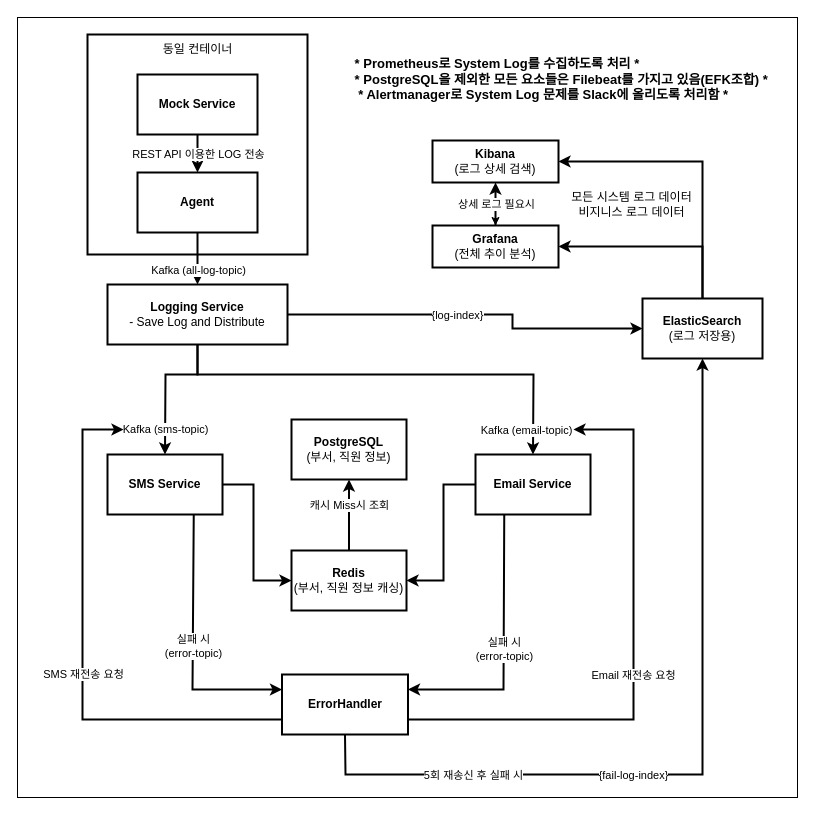
Earlier version of the draw.io diagram docs/architecture/MsaLogHandleProjects.drawio (rihee1214/logstream-alert-system). Source tidied: cells renumbered, new cells numbered last; positions are measured from the earlier drawing's top-left corner, leaving out a move shared by most shapes. Both pictures are drawn from the tidied source at 100%, with x=0, y=0 at pixel (17, 17).
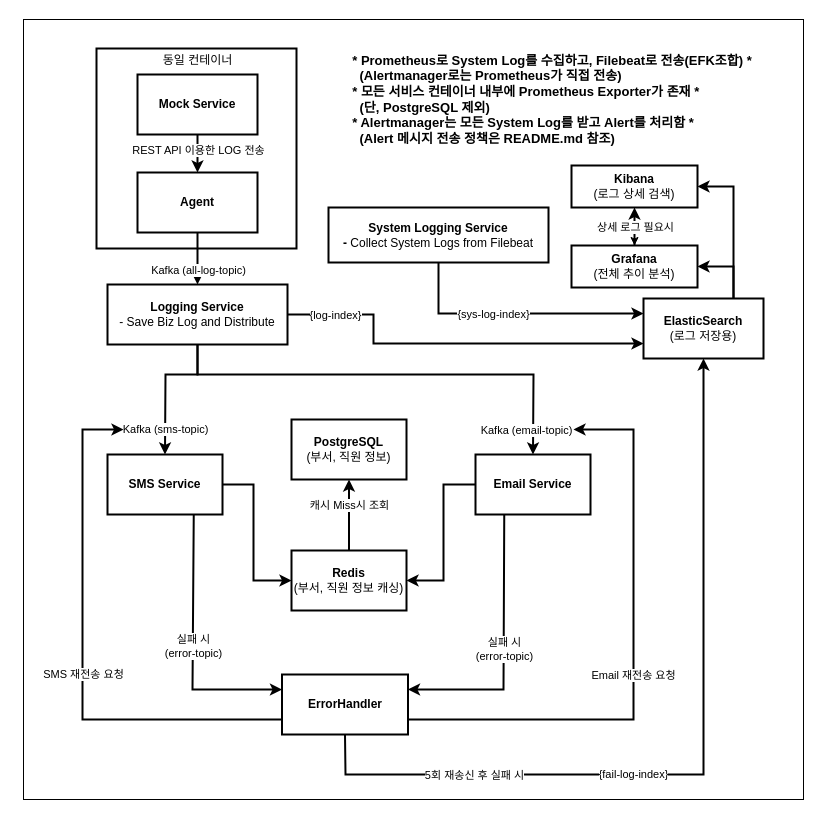
The same page after the edit.

Commit message (it also covers changes not shown here):
Update README and architecture diagram to reflect correct Alertmanager role

- Clarified Alertmanager's role as direct receiver from Prometheus (not via Filebeat)
- Removed incorrect connection between Alertmanager and System Logging Service
- Updated architecture image to reflect new logging and alert flow
- Revised README.md to align with updated system log collection and alerting strategy

The change refers to these unchanged cells:
```xml
<mxCell id="7" style="endArrow=classic;html=1;rounded=0;exitX=0.5;exitY=1;exitDx=0;exitDy=0;entryX=0.5;entryY=0;entryDx=0;entryDy=0;strokeColor=light-dark(#000000,#333333);strokeWidth=2;" parent="1" edge="1" source="4" target="6">
  <mxGeometry relative="1" as="geometry" />
</mxCell>
<mxCell id="28" value="&lt;font style=&quot;color: light-dark(rgb(0, 0, 0), rgb(0, 0, 0));&quot;&gt;&lt;b&gt;ErrorHandler&lt;/b&gt;&lt;/font&gt;" style="rounded=0;whiteSpace=wrap;html=1;fillColor=light-dark(#FFFFFF,#E8F0FE);strokeColor=light-dark(#000000,#333333);strokeWidth=2;" parent="1" vertex="1">
  <mxGeometry x="264.5" y="657" width="126" height="60" as="geometry" />
</mxCell>
<mxCell id="46" style="endArrow=classic;html=1;rounded=0;entryX=0.5;entryY=1;entryDx=0;entryDy=0;exitX=0.5;exitY=0;exitDx=0;exitDy=0;strokeWidth=2;strokeColor=light-dark(#000000,#333333);" parent="1" edge="1" source="42" target="41">
  <mxGeometry relative="1" as="geometry" />
</mxCell>
```

The edit, as a diff of the source:
```diff
@@
     <mxCell id="2" style="whiteSpace=wrap;html=1;fillColor=light-dark(#FFFFFF,#FFFFFF);" parent="1" vertex="1">
-      <mxGeometry width="780" height="780" as="geometry" />
+      <mxGeometry x="6" y="2" width="780" height="780" as="geometry" />
     </mxCell>
     <mxCell id="3" style="whiteSpace=wrap;html=1;strokeWidth=2;strokeColor=light-dark(#000000,#FF0000);fillColor=light-dark(#FFFFFF,#FFFFFF);" parent="1" vertex="1">
-      <mxGeometry x="70" y="17" width="220" height="220" as="geometry" />
+      <mxGeometry x="79" y="31" width="200" height="200" as="geometry" />
     </mxCell>
@@
-    <mxCell id="5" value="&lt;div style=&quot;text-align: left;&quot;&gt;&lt;font style=&quot;font-size: 13px; color: light-dark(rgb(0, 0, 0), rgb(211, 84, 0));&quot;&gt;&lt;b style=&quot;&quot;&gt;* Prometheus로 System Log를 수집하도록 처리 *&lt;/b&gt;&lt;/font&gt;&lt;/div&gt;&lt;div style=&quot;text-align: left;&quot;&gt;&lt;font style=&quot;font-size: 13px; color: light-dark(rgb(0, 0, 0), rgb(211, 84, 0));&quot;&gt;&lt;b&gt;* PostgreSQL을 제외한 모든 요소들은 Filebeat를 가지고 있음(EFK조합) *&amp;nbsp;&lt;/b&gt;&lt;/font&gt;&lt;/div&gt;&lt;div style=&quot;text-align: left;&quot;&gt;&lt;span style=&quot;background-color: transparent;&quot;&gt;&lt;font style=&quot;font-size: 13px; color: light-dark(rgb(0, 0, 0), rgb(211, 84, 0));&quot;&gt;&lt;b style=&quot;&quot;&gt;&amp;nbsp;* Alertmanager로 System Log 문제를 Slack에 올리도록 처리함 *&amp;nbsp;&lt;/b&gt;&lt;/font&gt;&lt;/span&gt;&lt;/div&gt;" style="text;html=1;align=center;verticalAlign=middle;whiteSpace=wrap;rounded=0;fillColor=light-dark(#FFFFFF,#FFFFFF);" parent="1" vertex="1">
-      <mxGeometry x="331" y="17" width="430" height="90" as="geometry" />
+    <mxCell id="5" value="&lt;div style=&quot;text-align: left;&quot;&gt;&lt;font style=&quot;font-size: 13px; color: light-dark(rgb(0, 0, 0), rgb(211, 84, 0));&quot;&gt;&lt;b style=&quot;&quot;&gt;* Prometheus로 System Log를 수집하고, Filebeat로 전송(EFK조합) *&lt;br&gt;&amp;nbsp; (Alertmanager로는 Prometheus가 직접 전송)&lt;/b&gt;&lt;/font&gt;&lt;/div&gt;&lt;div style=&quot;text-align: left;&quot;&gt;&lt;font style=&quot;&quot;&gt;&lt;font style=&quot;color: light-dark(rgb(0, 0, 0), rgb(211, 84, 0)); font-size: 13px;&quot;&gt;&lt;b&gt;* 모든 서비스 컨테이너 내부에&amp;nbsp;&lt;/b&gt;&lt;/font&gt;&lt;font style=&quot;color: light-dark(rgb(0, 0, 0), rgb(211, 84, 0));&quot;&gt;&lt;b style=&quot;background-color: transparent; font-size: 13px;&quot;&gt;Prometheus Exporter가 존재&lt;/b&gt;&lt;b style=&quot;font-size: 13px; background-color: transparent;&quot;&gt;&amp;nbsp;*&lt;/b&gt;&lt;/font&gt;&lt;b style=&quot;color: light-dark(rgb(0, 0, 0), rgb(211, 84, 0)); font-size: 13px; background-color: transparent;&quot;&gt;&amp;nbsp;&lt;/b&gt;&lt;/font&gt;&lt;/div&gt;&lt;div style=&quot;text-align: left;&quot;&gt;&lt;font style=&quot;color: light-dark(rgb(0, 0, 0), rgb(211, 84, 0));&quot;&gt;&lt;b style=&quot;font-size: 13px; background-color: transparent;&quot;&gt;&amp;nbsp; (단,&amp;nbsp;&lt;/b&gt;&lt;b style=&quot;background-color: transparent; font-size: 13px;&quot;&gt;PostgreSQL 제외)&lt;/b&gt;&lt;/font&gt;&lt;/div&gt;&lt;div style=&quot;text-align: left;&quot;&gt;&lt;span style=&quot;background-color: transparent;&quot;&gt;&lt;font style=&quot;font-size: 13px; color: light-dark(rgb(0, 0, 0), rgb(211, 84, 0));&quot;&gt;&lt;b style=&quot;&quot;&gt;* Alertmanager는 모든 System Log를 받고 Alert를 처리함 *&amp;nbsp;&lt;/b&gt;&lt;/font&gt;&lt;/span&gt;&lt;/div&gt;&lt;div style=&quot;text-align: left;&quot;&gt;&lt;b style=&quot;font-size: 13px; color: rgb(211, 84, 0);&quot;&gt;&lt;font style=&quot;color: light-dark(rgb(0, 0, 0), rgb(211, 84, 0));&quot;&gt;&amp;nbsp; (Alert 메시지 전송 정책은 README.md 참조)&lt;/font&gt;&lt;/b&gt;&lt;span style=&quot;background-color: transparent;&quot;&gt;&lt;font style=&quot;font-size: 13px; color: light-dark(rgb(0, 0, 0), rgb(211, 84, 0));&quot;&gt;&lt;b style=&quot;&quot;&gt;&lt;/b&gt;&lt;/font&gt;&lt;/span&gt;&lt;/div&gt;" style="text;html=1;align=center;verticalAlign=middle;whiteSpace=wrap;rounded=0;fillColor=light-dark(#FFFFFF,#FFFFFF);" parent="1" vertex="1">
+      <mxGeometry x="320" y="32" width="430" height="100" as="geometry" />
     </mxCell>
@@
-    <mxCell id="8" value="&lt;font style=&quot;color: light-dark(rgb(0, 0, 0), rgb(0, 0, 0)); background-color: light-dark(rgb(255, 255, 255), rgb(255, 255, 255));&quot;&gt;REST API 이용한 LOG 전송&lt;/font&gt;" style="edgeLabel;html=1;align=center;verticalAlign=middle;" parent="7" vertex="1">
-      <mxGeometry relative="1" as="geometry" />
+    <mxCell id="8" value="&lt;font style=&quot;color: light-dark(rgb(0, 0, 0), rgb(0, 0, 0));&quot;&gt;REST API 이용한 LOG 전송&lt;/font&gt;" style="edgeLabel;html=1;align=center;verticalAlign=middle;labelBackgroundColor=light-dark(#FFFFFF,#FFFFFF);" parent="7" vertex="1">
+      <mxGeometry relative="1" as="geometry">
+        <mxPoint y="-4" as="offset" />
+      </mxGeometry>
     </mxCell>
-    <mxCell id="9" value="동일 컨테이너" style="text;html=1;align=center;verticalAlign=middle;strokeColor=none;fillColor=none;" parent="1" vertex="1">
-      <mxGeometry x="135" y="17" width="90" height="30" as="geometry" />
+    <mxCell id="9" value="동일 컨테이너" style="text;html=1;align=center;verticalAlign=middle;strokeColor=none;fillColor=none;fontColor=light-dark(#000000,#000000);" parent="1" vertex="1">
+      <mxGeometry x="135" y="28" width="90" height="30" as="geometry" />
     </mxCell>
-    <mxCell id="10" value="&lt;font style=&quot;color: light-dark(rgb(0, 0, 0), rgb(0, 0, 0));&quot;&gt;&lt;b&gt;Logging Service&lt;/b&gt;&lt;/font&gt;&lt;div&gt;&lt;font style=&quot;color: light-dark(rgb(0, 0, 0), rgb(0, 0, 0));&quot;&gt;- Save Log and Distribute&lt;/font&gt;&lt;/div&gt;" style="rounded=0;whiteSpace=wrap;html=1;fillColor=light-dark(#FFFFFF,#E8F0FE);strokeColor=light-dark(#000000,#333333);strokeWidth=2;" parent="1" vertex="1">
+    <mxCell id="10" value="&lt;font style=&quot;color: light-dark(rgb(0, 0, 0), rgb(0, 0, 0));&quot;&gt;&lt;b&gt;Logging Service&lt;/b&gt;&lt;/font&gt;&lt;div&gt;&lt;font style=&quot;color: light-dark(rgb(0, 0, 0), rgb(0, 0, 0));&quot;&gt;- Save Biz Log and Distribute&lt;/font&gt;&lt;/div&gt;" style="rounded=0;whiteSpace=wrap;html=1;fillColor=light-dark(#FFFFFF,#E8F0FE);strokeColor=light-dark(#000000,#333333);strokeWidth=2;" parent="1" vertex="1">
       <mxGeometry x="90" y="267" width="180" height="60" as="geometry" />
     </mxCell>
@@
-    <mxCell id="13" style="endArrow=classic;html=1;rounded=0;exitX=1;exitY=0.5;exitDx=0;exitDy=0;entryX=0;entryY=0.5;entryDx=0;entryDy=0;strokeColor=light-dark(#000000,#333333);strokeWidth=2;" parent="1" edge="1" source="10" target="15">
+    <mxCell id="13" style="endArrow=classic;html=1;rounded=0;exitX=1;exitY=0.5;exitDx=0;exitDy=0;entryX=0;entryY=0.75;entryDx=0;entryDy=0;strokeColor=light-dark(#000000,#333333);strokeWidth=2;" parent="1" edge="1" source="10" target="15">
       <mxGeometry relative="1" as="geometry">
         <Array as="points">
-          <mxPoint x="495" y="297" />
-          <mxPoint x="495" y="311" />
+          <mxPoint x="356" y="297" />
+          <mxPoint x="356" y="326" />
         </Array>
       </mxGeometry>
     </mxCell>
     <mxCell id="14" value="{log-index}" style="edgeLabel;html=1;align=center;verticalAlign=middle;labelBackgroundColor=light-dark(#FFFFFF,#FFFFFF);fontColor=light-dark(#000000,#000000);" parent="13" vertex="1">
       <mxGeometry relative="1" as="geometry">
-        <mxPoint x="-16" as="offset" />
+        <mxPoint x="-117" y="-29" as="offset" />
       </mxGeometry>
     </mxCell>
     <mxCell id="15" value="&lt;font style=&quot;color: light-dark(rgb(0, 0, 0), rgb(0, 0, 0));&quot;&gt;&lt;b&gt;ElasticSearch&lt;/b&gt;&lt;/font&gt;&lt;div&gt;&lt;font style=&quot;color: light-dark(rgb(0, 0, 0), rgb(0, 0, 0));&quot;&gt;(로그 저장용)&lt;/font&gt;&lt;/div&gt;" style="rounded=0;whiteSpace=wrap;html=1;fillColor=light-dark(#FFFFFF,#E8F0FE);strokeColor=light-dark(#000000,#333333);strokeWidth=2;" parent="1" vertex="1">
-      <mxGeometry x="625" y="281" width="120" height="60" as="geometry" />
+      <mxGeometry x="626" y="281" width="120" height="60" as="geometry" />
     </mxCell>
@@
     <mxCell id="29" style="endArrow=classic;html=1;rounded=0;entryX=0.5;entryY=1;entryDx=0;entryDy=0;exitX=0.5;exitY=1;exitDx=0;exitDy=0;strokeWidth=2;strokeColor=light-dark(#000000,#333333);" parent="1" edge="1" source="28" target="15">
       <mxGeometry relative="1" as="geometry">
         <Array as="points">
           <mxPoint x="328" y="757" />
-          <mxPoint x="685" y="757" />
+          <mxPoint x="686" y="757" />
         </Array>
       </mxGeometry>
     </mxCell>
     <mxCell id="30" value="5회 재송신 후 실패 시" style="edgeLabel;html=1;align=center;verticalAlign=middle;labelBackgroundColor=light-dark(#FFFFFF,#FFFFFF);fontColor=light-dark(#000000,#000000);" parent="29" vertex="1">
       <mxGeometry relative="1" as="geometry">
-        <mxPoint x="-230" y="10" as="offset" />
+        <mxPoint x="-230" y="9" as="offset" />
       </mxGeometry>
     </mxCell>
     <mxCell id="31" value="{fail-log-index}" style="edgeLabel;html=1;align=center;verticalAlign=middle;labelBackgroundColor=light-dark(#FFFFFF,#FFFFFF);fontColor=light-dark(#000000,#000000);" parent="1" vertex="1">
-      <mxGeometry x="615" y="757" as="geometry" />
+      <mxGeometry x="615" y="756" as="geometry" />
     </mxCell>
@@
     <mxCell id="41" value="&lt;font style=&quot;color: light-dark(rgb(0, 0, 0), rgb(0, 0, 0));&quot;&gt;&lt;b&gt;Kibana&lt;/b&gt;&lt;br&gt;(로그 상세 검색)&lt;/font&gt;" style="rounded=0;whiteSpace=wrap;html=1;fillColor=light-dark(#FFFFFF,#E8F0FE);strokeColor=light-dark(#000000,#333333);strokeWidth=2;" parent="1" vertex="1">
-      <mxGeometry x="415" y="123" width="126" height="42" as="geometry" />
+      <mxGeometry x="554" y="148" width="126" height="42" as="geometry" />
     </mxCell>
     <mxCell id="42" value="&lt;font style=&quot;color: light-dark(rgb(0, 0, 0), rgb(0, 0, 0));&quot;&gt;&lt;b&gt;Grafana&lt;br&gt;&lt;/b&gt;(전체 추이 분석)&lt;/font&gt;" style="rounded=0;whiteSpace=wrap;html=1;fillColor=light-dark(#FFFFFF,#E8F0FE);strokeColor=light-dark(#000000,#333333);strokeWidth=2;" parent="1" vertex="1">
-      <mxGeometry x="415" y="208" width="126" height="42" as="geometry" />
+      <mxGeometry x="554" y="228" width="126" height="42" as="geometry" />
     </mxCell>
-    <mxCell id="43" style="endArrow=classic;html=1;rounded=0;exitX=0.5;exitY=0;exitDx=0;exitDy=0;entryX=1;entryY=0.5;entryDx=0;entryDy=0;strokeColor=light-dark(#000000,#333333);strokeWidth=2;" parent="1" edge="1" source="15" target="42">
+    <mxCell id="43" style="endArrow=classic;html=1;rounded=0;exitX=0.75;exitY=0;exitDx=0;exitDy=0;entryX=1;entryY=0.5;entryDx=0;entryDy=0;strokeColor=light-dark(#000000,#333333);strokeWidth=2;" parent="1" edge="1" source="15" target="42">
       <mxGeometry relative="1" as="geometry">
         <Array as="points">
-          <mxPoint x="685" y="229" />
+          <mxPoint x="716" y="249" />
         </Array>
       </mxGeometry>
     </mxCell>
-    <mxCell id="44" style="endArrow=classic;html=1;rounded=0;entryX=1;entryY=0.5;entryDx=0;entryDy=0;exitX=0.5;exitY=0;exitDx=0;exitDy=0;strokeColor=light-dark(#000000,#333333);strokeWidth=2;" parent="1" edge="1" source="15" target="41">
+    <mxCell id="44" style="endArrow=classic;html=1;rounded=0;exitX=0.75;exitY=0;exitDx=0;exitDy=0;strokeColor=light-dark(#000000,#333333);strokeWidth=2;entryX=1;entryY=0.5;entryDx=0;entryDy=0;" parent="1" edge="1" source="15" target="41">
       <mxGeometry relative="1" as="geometry">
         <Array as="points">
-          <mxPoint x="685" y="144" />
+          <mxPoint x="716" y="169" />
         </Array>
       </mxGeometry>
     </mxCell>
-    <mxCell id="45" value="모든 시스템 로그 데이터&lt;br&gt;비지니스 로그 데이터" style="text;html=1;align=center;verticalAlign=middle;strokeColor=none;fillColor=none;fontColor=light-dark(#000000,#000000);" parent="1" vertex="1">
-      <mxGeometry x="544" y="167" width="140" height="40" as="geometry" />
-    </mxCell>
@@
-    <mxCell id="47" value="&lt;span style=&quot;background-color: light-dark(rgb(255, 255, 255), rgb(255, 255, 255));&quot;&gt;&lt;font style=&quot;color: light-dark(rgb(0, 0, 0), rgb(0, 0, 0));&quot;&gt;상세 로그 필요시&lt;/font&gt;&lt;/span&gt;" style="edgeLabel;html=1;align=center;verticalAlign=middle;" parent="46" vertex="1">
+    <mxCell id="47" value="&lt;span style=&quot;&quot;&gt;&lt;font style=&quot;color: light-dark(rgb(0, 0, 0), rgb(0, 0, 0));&quot;&gt;상세 로그 필요시&lt;/font&gt;&lt;/span&gt;" style="edgeLabel;html=1;align=center;verticalAlign=middle;labelBackgroundColor=light-dark(#FFFFFF,#FFFFFF);" parent="46" vertex="1">
       <mxGeometry relative="1" as="geometry" />
     </mxCell>
+    <mxCell id="48" value="&lt;font style=&quot;color: light-dark(rgb(0, 0, 0), rgb(0, 0, 0));&quot;&gt;&lt;b style=&quot;&quot;&gt;System Logging Service&lt;br&gt;- &lt;/b&gt;Collect System Logs from Filebeat&lt;/font&gt;" style="rounded=0;whiteSpace=wrap;html=1;fillColor=light-dark(#FFFFFF,#E8F0FE);strokeColor=light-dark(#000000,#333333);strokeWidth=2;" parent="1" vertex="1">
+      <mxGeometry x="311" y="190" width="220" height="55" as="geometry" />
+    </mxCell>
+    <mxCell id="49" style="endArrow=classic;html=1;rounded=0;exitX=0.5;exitY=1;exitDx=0;exitDy=0;entryX=0;entryY=0.25;entryDx=0;entryDy=0;strokeColor=light-dark(#000000,#333333);strokeWidth=2;" parent="1" edge="1" source="48" target="15">
+      <mxGeometry relative="1" as="geometry">
+        <Array as="points">
+          <mxPoint x="421" y="296" />
+        </Array>
+      </mxGeometry>
+    </mxCell>
+    <mxCell id="50" value="{sys-log-index}" style="edgeLabel;html=1;align=center;verticalAlign=middle;labelBackgroundColor=light-dark(#FFFFFF,#FFFFFF);fontColor=light-dark(#000000,#000000);" parent="49" vertex="1">
+      <mxGeometry relative="1" as="geometry">
+        <mxPoint x="-23" as="offset" />
+      </mxGeometry>
+    </mxCell>
```
